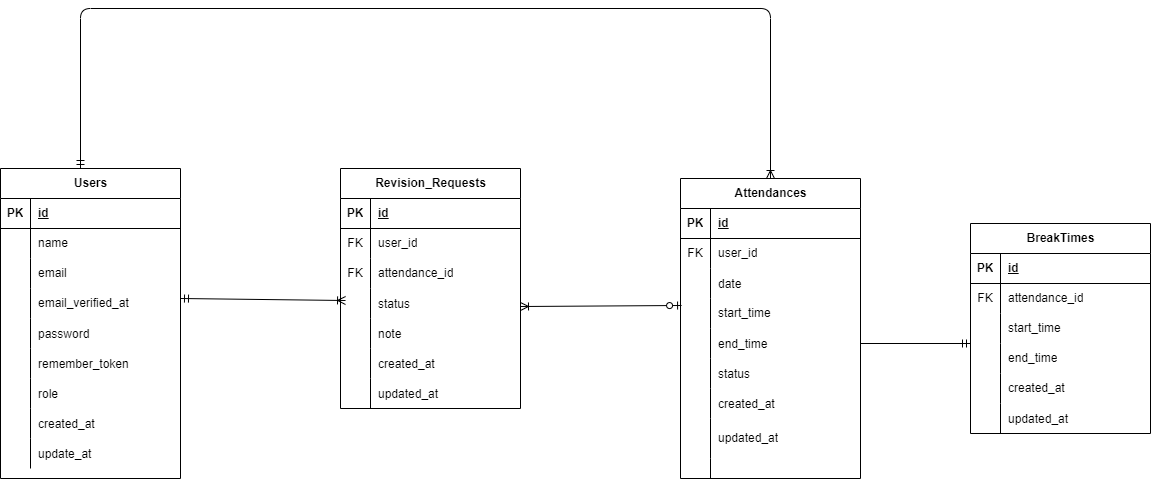
The draw.io diagram ER.drawio.png in tominaga-rikiya/attendance, before a commit. Source tidied: cells renumbered, new cells last; positions are measured from the earlier drawing's top-left corner, leaving out a move shared by most shapes.
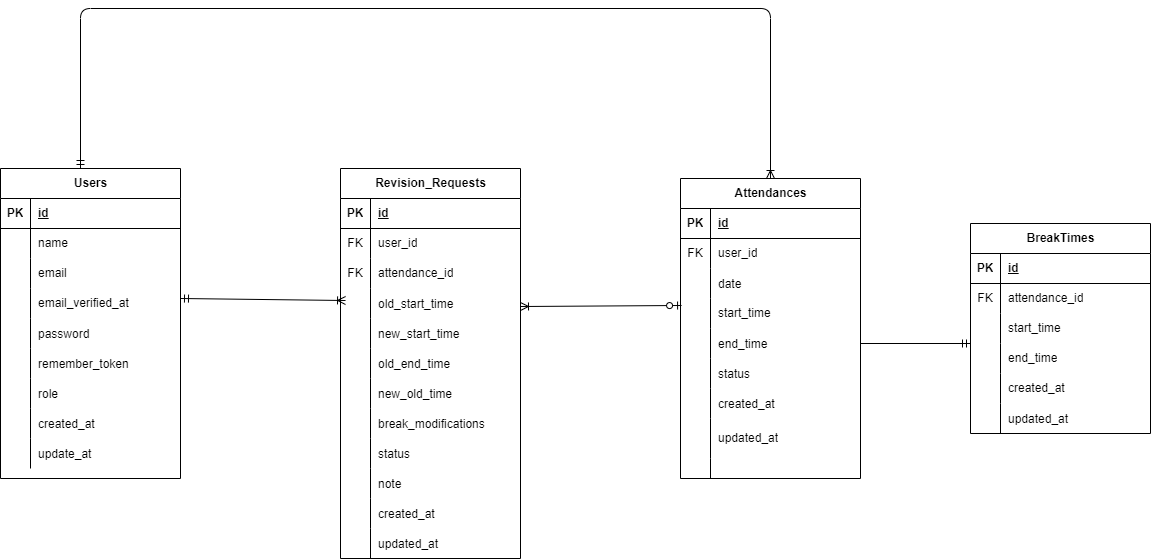
After the commit.

Change to the diagram source:
```diff
@@ -87,7 +87,7 @@
       <mxGeometry x="30" width="150" height="30" as="geometry" />
     </mxCell>
     <mxCell id="30" value="Revision_Requests" style="shape=table;startSize=30;rowLines=0;fontStyle=1;align=center;html=1;" parent="1" vertex="1">
-      <mxGeometry x="340" y="160" width="180" height="240" as="geometry" />
+      <mxGeometry x="340" y="160" width="180" height="390" as="geometry" />
     </mxCell>
     <mxCell id="31" style="shape=tableRow;horizontal=0;startSize=0;swimlaneHead=0;swimlaneBody=0;fillColor=none;top=0;left=0;right=0;bottom=1;" parent="30" vertex="1">
       <mxGeometry y="30" width="180" height="30" as="geometry" />
@@ -116,8 +116,53 @@
     <mxCell id="39" value="attendance_id" style="shape=partialRectangle;fillColor=none;top=0;left=0;bottom=0;right=0;align=left;spacingLeft=6;fontStyle=0;overflow=hidden;whiteSpace=wrap;html=1;" parent="37" vertex="1">
       <mxGeometry x="30" width="150" height="30" as="geometry" />
     </mxCell>
+    <mxCell id="103" style="shape=tableRow;horizontal=0;startSize=0;swimlaneHead=0;swimlaneBody=0;fillColor=none;top=0;left=0;right=0;bottom=0;" parent="30" vertex="1">
+      <mxGeometry y="120" width="180" height="30" as="geometry" />
+    </mxCell>
+    <mxCell id="104" style="shape=partialRectangle;fillColor=none;top=0;left=0;bottom=0;right=0;overflow=hidden;" parent="103" vertex="1">
+      <mxGeometry width="30" height="30" as="geometry" />
+    </mxCell>
+    <mxCell id="105" value="old_start_time" style="shape=partialRectangle;fillColor=none;top=0;left=0;bottom=0;right=0;align=left;spacingLeft=6;overflow=hidden;" parent="103" vertex="1">
+      <mxGeometry x="30" width="150" height="30" as="geometry" />
+    </mxCell>
+    <mxCell id="106" style="shape=tableRow;horizontal=0;startSize=0;swimlaneHead=0;swimlaneBody=0;fillColor=none;top=0;left=0;right=0;bottom=0;" parent="30" vertex="1">
+      <mxGeometry y="150" width="180" height="30" as="geometry" />
+    </mxCell>
+    <mxCell id="107" style="shape=partialRectangle;fillColor=none;top=0;left=0;bottom=0;right=0;overflow=hidden;" parent="106" vertex="1">
+      <mxGeometry width="30" height="30" as="geometry" />
+    </mxCell>
+    <mxCell id="108" value="new_start_time" style="shape=partialRectangle;fillColor=none;top=0;left=0;bottom=0;right=0;align=left;spacingLeft=6;overflow=hidden;" parent="106" vertex="1">
+      <mxGeometry x="30" width="150" height="30" as="geometry" />
+    </mxCell>
+    <mxCell id="109" style="shape=tableRow;horizontal=0;startSize=0;swimlaneHead=0;swimlaneBody=0;fillColor=none;top=0;left=0;right=0;bottom=0;" parent="30" vertex="1">
+      <mxGeometry y="180" width="180" height="30" as="geometry" />
+    </mxCell>
+    <mxCell id="110" style="shape=partialRectangle;fillColor=none;top=0;left=0;bottom=0;right=0;overflow=hidden;" parent="109" vertex="1">
+      <mxGeometry width="30" height="30" as="geometry" />
+    </mxCell>
+    <mxCell id="111" value="old_end_time" style="shape=partialRectangle;fillColor=none;top=0;left=0;bottom=0;right=0;align=left;spacingLeft=6;overflow=hidden;" parent="109" vertex="1">
+      <mxGeometry x="30" width="150" height="30" as="geometry" />
+    </mxCell>
+    <mxCell id="112" style="shape=tableRow;horizontal=0;startSize=0;swimlaneHead=0;swimlaneBody=0;fillColor=none;top=0;left=0;right=0;bottom=0;" parent="30" vertex="1">
+      <mxGeometry y="210" width="180" height="30" as="geometry" />
+    </mxCell>
+    <mxCell id="113" style="shape=partialRectangle;fillColor=none;top=0;left=0;bottom=0;right=0;overflow=hidden;" parent="112" vertex="1">
+      <mxGeometry width="30" height="30" as="geometry" />
+    </mxCell>
+    <mxCell id="114" value="new_old_time" style="shape=partialRectangle;fillColor=none;top=0;left=0;bottom=0;right=0;align=left;spacingLeft=6;overflow=hidden;" parent="112" vertex="1">
+      <mxGeometry x="30" width="150" height="30" as="geometry" />
+    </mxCell>
+    <mxCell id="115" style="shape=tableRow;horizontal=0;startSize=0;swimlaneHead=0;swimlaneBody=0;fillColor=none;top=0;left=0;right=0;bottom=0;" parent="30" vertex="1">
+      <mxGeometry y="240" width="180" height="30" as="geometry" />
+    </mxCell>
+    <mxCell id="116" style="shape=partialRectangle;fillColor=none;top=0;left=0;bottom=0;right=0;overflow=hidden;" parent="115" vertex="1">
+      <mxGeometry width="30" height="30" as="geometry" />
+    </mxCell>
+    <mxCell id="117" value="break_modifications" style="shape=partialRectangle;fillColor=none;top=0;left=0;bottom=0;right=0;align=left;spacingLeft=6;overflow=hidden;" parent="115" vertex="1">
+      <mxGeometry x="30" width="150" height="30" as="geometry" />
+    </mxCell>
     <mxCell id="40" style="shape=tableRow;horizontal=0;startSize=0;swimlaneHead=0;swimlaneBody=0;fillColor=none;top=0;left=0;right=0;bottom=0;" parent="30" vertex="1">
-      <mxGeometry y="120" width="180" height="30" as="geometry" />
+      <mxGeometry y="270" width="180" height="30" as="geometry" />
     </mxCell>
     <mxCell id="41" style="shape=partialRectangle;fillColor=none;top=0;left=0;bottom=0;right=0;overflow=hidden;" parent="40" vertex="1">
       <mxGeometry width="30" height="30" as="geometry" />
@@ -126,7 +171,7 @@
       <mxGeometry x="30" width="150" height="30" as="geometry" />
     </mxCell>
     <mxCell id="43" style="shape=tableRow;horizontal=0;startSize=0;swimlaneHead=0;swimlaneBody=0;fillColor=none;top=0;left=0;right=0;bottom=0;" parent="30" vertex="1">
-      <mxGeometry y="150" width="180" height="30" as="geometry" />
+      <mxGeometry y="300" width="180" height="30" as="geometry" />
     </mxCell>
     <mxCell id="44" style="shape=partialRectangle;fillColor=none;top=0;left=0;bottom=0;right=0;overflow=hidden;" parent="43" vertex="1">
       <mxGeometry width="30" height="30" as="geometry" />
@@ -135,7 +180,7 @@
       <mxGeometry x="30" width="150" height="30" as="geometry" />
     </mxCell>
     <mxCell id="46" style="shape=tableRow;horizontal=0;startSize=0;swimlaneHead=0;swimlaneBody=0;fillColor=none;top=0;left=0;right=0;bottom=0;" parent="30" vertex="1">
-      <mxGeometry y="180" width="180" height="30" as="geometry" />
+      <mxGeometry y="330" width="180" height="30" as="geometry" />
     </mxCell>
     <mxCell id="47" style="shape=partialRectangle;fillColor=none;top=0;left=0;bottom=0;right=0;overflow=hidden;" parent="46" vertex="1">
       <mxGeometry width="30" height="30" as="geometry" />
@@ -144,7 +189,7 @@
       <mxGeometry x="30" width="150" height="30" as="geometry" />
     </mxCell>
     <mxCell id="49" style="shape=tableRow;horizontal=0;startSize=0;swimlaneHead=0;swimlaneBody=0;fillColor=none;top=0;left=0;right=0;bottom=0;" parent="30" vertex="1">
-      <mxGeometry y="210" width="180" height="30" as="geometry" />
+      <mxGeometry y="360" width="180" height="30" as="geometry" />
     </mxCell>
     <mxCell id="50" style="shape=partialRectangle;fillColor=none;top=0;left=0;bottom=0;right=0;overflow=hidden;" parent="49" vertex="1">
       <mxGeometry width="30" height="30" as="geometry" />
```
